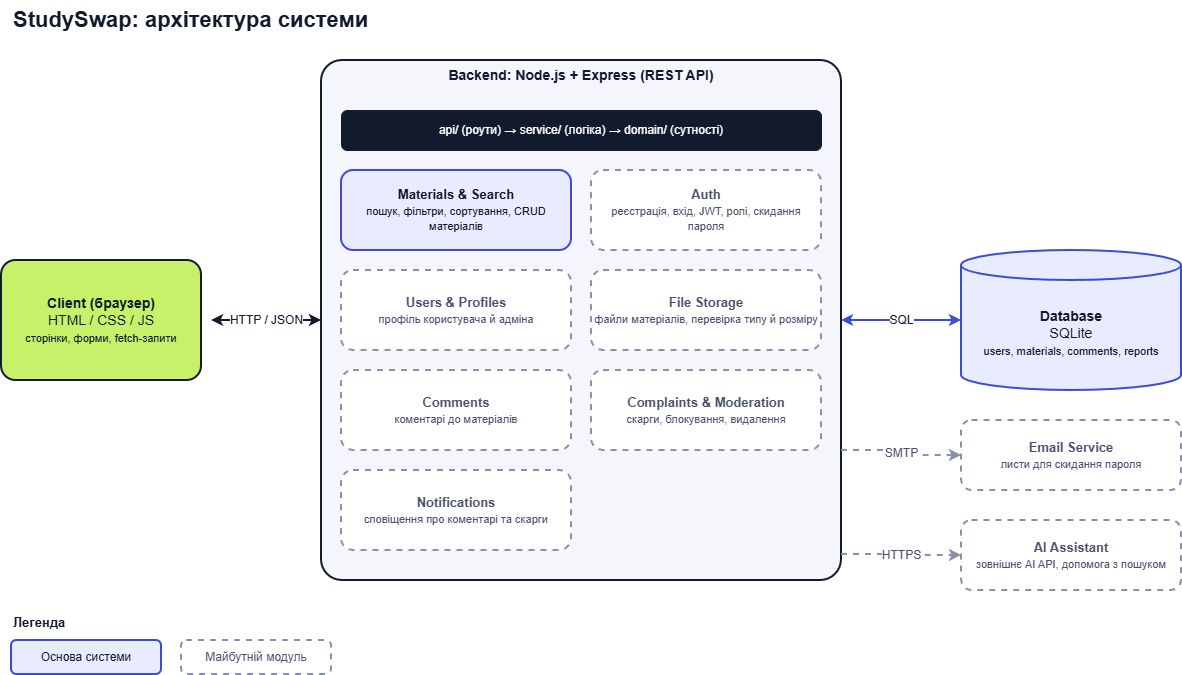
This is docs/architecture_diagram.png from JuliaVushyvana/StudySwap, a draw.io export, as it was before one commit. Source tidied: cells renumbered, new cells last; positions are measured from the earlier drawing's top-left corner, leaving out a move shared by most shapes.
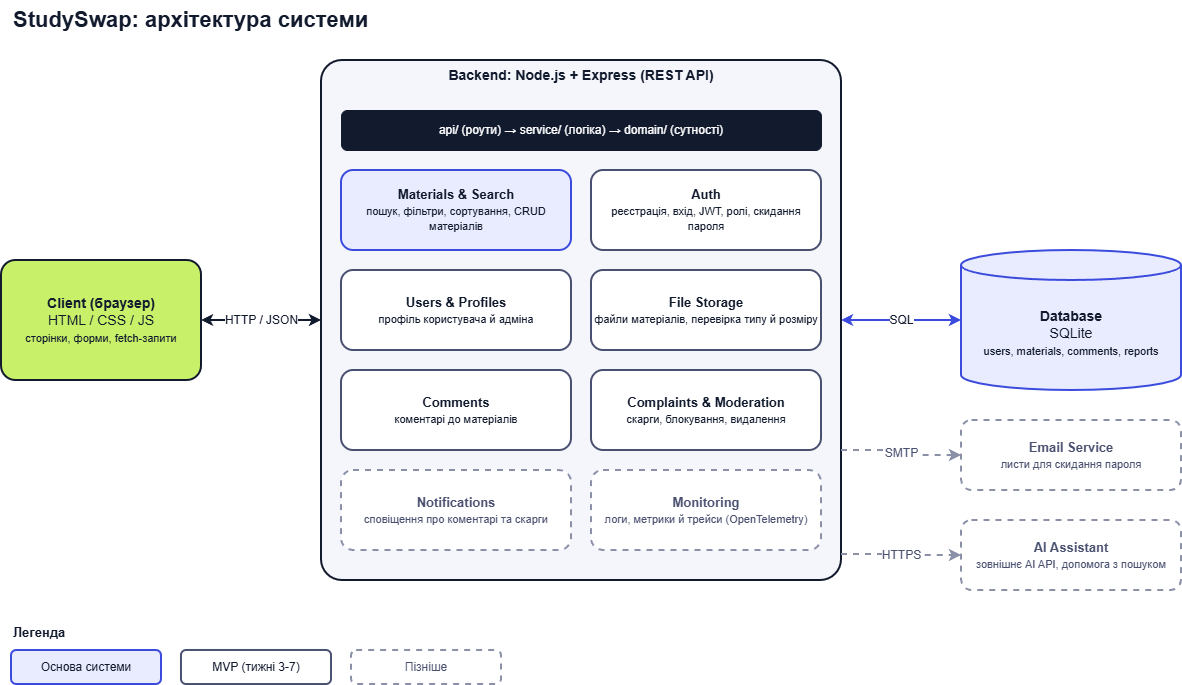
The same file after the commit.

Commit message:
Update architecture: add Users and Profiles, Monitoring, legend

Diff of the diagram source:
```diff
@@ -17,24 +17,27 @@
     <mxCell id="6" value="&lt;b&gt;Materials &amp;amp; Search&lt;/b&gt;&lt;br&gt;&lt;font style=&quot;font-size: 11px&quot;&gt;пошук, фільтри, сортування, CRUD матеріалів&lt;/font&gt;" style="rounded=1;whiteSpace=wrap;html=1;fillColor=#e9ecff;strokeColor=#3b4bdc;strokeWidth=2;fontSize=13;fontColor=#121a2e;" parent="4" vertex="1">
       <mxGeometry x="20" y="110" width="230" height="80" as="geometry" />
     </mxCell>
-    <mxCell id="7" value="&lt;b&gt;Auth&lt;/b&gt;&lt;br&gt;&lt;font style=&quot;font-size: 11px&quot;&gt;реєстрація, вхід, JWT, ролі, скидання пароля&lt;/font&gt;" style="rounded=1;whiteSpace=wrap;html=1;fillColor=#ffffff;strokeColor=#8a90a8;strokeWidth=2;dashed=1;fontSize=13;fontColor=#4a5170;" parent="4" vertex="1">
+    <mxCell id="7" value="&lt;b&gt;Auth&lt;/b&gt;&lt;br&gt;&lt;font style=&quot;font-size: 11px&quot;&gt;реєстрація, вхід, JWT, ролі, скидання пароля&lt;/font&gt;" style="rounded=1;whiteSpace=wrap;html=1;fillColor=#ffffff;strokeColor=#4a5170;strokeWidth=2;fontSize=13;fontColor=#121a2e;" parent="4" vertex="1">
       <mxGeometry x="270" y="110" width="230" height="80" as="geometry" />
     </mxCell>
-    <mxCell id="8" value="&lt;b&gt;Users &amp;amp; Profiles&lt;/b&gt;&lt;br&gt;&lt;font style=&quot;font-size: 11px&quot;&gt;профіль користувача й адміна&lt;/font&gt;" style="rounded=1;whiteSpace=wrap;html=1;fillColor=#ffffff;strokeColor=#8a90a8;strokeWidth=2;dashed=1;fontSize=13;fontColor=#4a5170;" parent="4" vertex="1">
+    <mxCell id="8" value="&lt;b&gt;Users &amp;amp; Profiles&lt;/b&gt;&lt;br&gt;&lt;font style=&quot;font-size: 11px&quot;&gt;профіль користувача й адміна&lt;/font&gt;" style="rounded=1;whiteSpace=wrap;html=1;fillColor=#ffffff;strokeColor=#4a5170;strokeWidth=2;fontSize=13;fontColor=#121a2e;" parent="4" vertex="1">
       <mxGeometry x="20" y="210" width="230" height="80" as="geometry" />
     </mxCell>
-    <mxCell id="9" value="&lt;b&gt;File Storage&lt;/b&gt;&lt;br&gt;&lt;font style=&quot;font-size: 11px&quot;&gt;файли матеріалів, перевірка типу й розміру&lt;/font&gt;" style="rounded=1;whiteSpace=wrap;html=1;fillColor=#ffffff;strokeColor=#8a90a8;strokeWidth=2;dashed=1;fontSize=13;fontColor=#4a5170;" parent="4" vertex="1">
+    <mxCell id="9" value="&lt;b&gt;File Storage&lt;/b&gt;&lt;br&gt;&lt;font style=&quot;font-size: 11px&quot;&gt;файли матеріалів, перевірка типу й розміру&lt;/font&gt;" style="rounded=1;whiteSpace=wrap;html=1;fillColor=#ffffff;strokeColor=#4a5170;strokeWidth=2;fontSize=13;fontColor=#121a2e;" parent="4" vertex="1">
       <mxGeometry x="270" y="210" width="230" height="80" as="geometry" />
     </mxCell>
-    <mxCell id="10" value="&lt;b&gt;Comments&lt;/b&gt;&lt;br&gt;&lt;font style=&quot;font-size: 11px&quot;&gt;коментарі до матеріалів&lt;/font&gt;" style="rounded=1;whiteSpace=wrap;html=1;fillColor=#ffffff;strokeColor=#8a90a8;strokeWidth=2;dashed=1;fontSize=13;fontColor=#4a5170;" parent="4" vertex="1">
+    <mxCell id="10" value="&lt;b&gt;Comments&lt;/b&gt;&lt;br&gt;&lt;font style=&quot;font-size: 11px&quot;&gt;коментарі до матеріалів&lt;/font&gt;" style="rounded=1;whiteSpace=wrap;html=1;fillColor=#ffffff;strokeColor=#4a5170;strokeWidth=2;fontSize=13;fontColor=#121a2e;" parent="4" vertex="1">
       <mxGeometry x="20" y="310" width="230" height="80" as="geometry" />
     </mxCell>
-    <mxCell id="11" value="&lt;b&gt;Complaints &amp;amp; Moderation&lt;/b&gt;&lt;br&gt;&lt;font style=&quot;font-size: 11px&quot;&gt;скарги, блокування, видалення&lt;/font&gt;" style="rounded=1;whiteSpace=wrap;html=1;fillColor=#ffffff;strokeColor=#8a90a8;strokeWidth=2;dashed=1;fontSize=13;fontColor=#4a5170;" parent="4" vertex="1">
+    <mxCell id="11" value="&lt;b&gt;Complaints &amp;amp; Moderation&lt;/b&gt;&lt;br&gt;&lt;font style=&quot;font-size: 11px&quot;&gt;скарги, блокування, видалення&lt;/font&gt;" style="rounded=1;whiteSpace=wrap;html=1;fillColor=#ffffff;strokeColor=#4a5170;strokeWidth=2;fontSize=13;fontColor=#121a2e;" parent="4" vertex="1">
       <mxGeometry x="270" y="310" width="230" height="80" as="geometry" />
     </mxCell>
     <mxCell id="12" value="&lt;b&gt;Notifications&lt;/b&gt;&lt;br&gt;&lt;font style=&quot;font-size: 11px&quot;&gt;сповіщення про коментарі та скарги&lt;/font&gt;" style="rounded=1;whiteSpace=wrap;html=1;fillColor=#ffffff;strokeColor=#8a90a8;strokeWidth=2;dashed=1;fontSize=13;fontColor=#4a5170;" parent="4" vertex="1">
       <mxGeometry x="20" y="410" width="230" height="80" as="geometry" />
     </mxCell>
+    <mxCell id="23" value="&lt;b&gt;Monitoring&lt;/b&gt;&lt;br&gt;&lt;font style=&quot;font-size: 11px&quot;&gt;логи, метрики й трейси (OpenTelemetry)&lt;/font&gt;" style="rounded=1;whiteSpace=wrap;html=1;fillColor=#ffffff;strokeColor=#8a90a8;strokeWidth=2;dashed=1;fontSize=13;fontColor=#4a5170;" parent="4" vertex="1">
+      <mxGeometry x="270" y="410" width="230" height="80" as="geometry" />
+    </mxCell>
     <mxCell id="13" value="&lt;b&gt;Database&lt;/b&gt;&lt;br&gt;SQLite&lt;br&gt;&lt;font style=&quot;font-size: 11px&quot;&gt;users, materials, comments, reports&lt;/font&gt;" style="shape=cylinder3;whiteSpace=wrap;html=1;boundedLbl=1;backgroundOutline=1;size=15;fillColor=#e9ecff;strokeColor=#3b4bdc;strokeWidth=2;fontSize=14;fontColor=#121a2e;" parent="1" vertex="1">
       <mxGeometry x="960" y="250" width="220" height="140" as="geometry" />
     </mxCell>
@@ -44,10 +47,8 @@
     <mxCell id="15" value="&lt;b&gt;AI Assistant&lt;/b&gt;&lt;br&gt;&lt;font style=&quot;font-size: 11px&quot;&gt;зовнішнє AI API, допомога з пошуком&lt;/font&gt;" style="rounded=1;whiteSpace=wrap;html=1;fillColor=#ffffff;strokeColor=#8a90a8;strokeWidth=2;dashed=1;fontSize=13;fontColor=#4a5170;" parent="1" vertex="1">
       <mxGeometry x="960" y="520" width="220" height="70" as="geometry" />
     </mxCell>
-    <mxCell id="16" value="HTTP / JSON" style="endArrow=classic;startArrow=classic;html=1;strokeWidth=2;strokeColor=#121a2e;fontSize=12;fontColor=#121a2e;exitX=1;exitY=0.5;exitDx=0;exitDy=0;entryX=0;entryY=0.5;entryDx=0;entryDy=0;" parent="1" edge="1" target="4">
-      <mxGeometry relative="1" as="geometry">
-        <mxPoint x="210" y="320" as="sourcePoint" />
-      </mxGeometry>
+    <mxCell id="16" value="HTTP / JSON" style="endArrow=classic;startArrow=classic;html=1;strokeWidth=2;strokeColor=#121a2e;fontSize=12;fontColor=#121a2e;exitX=1;exitY=0.5;exitDx=0;exitDy=0;entryX=0;entryY=0.5;entryDx=0;entryDy=0;" parent="1" edge="1" source="3" target="4">
+      <mxGeometry relative="1" as="geometry" />
     </mxCell>
     <mxCell id="17" value="SQL" style="endArrow=classic;startArrow=classic;html=1;strokeWidth=2;strokeColor=#3b4bdc;fontSize=12;fontColor=#121a2e;exitX=1;exitY=0.5;exitDx=0;exitDy=0;entryX=0;entryY=0.5;entryDx=0;entryDy=0;entryPerimeter=0;" parent="1" edge="1" source="4" target="13">
       <mxGeometry relative="1" as="geometry" />
@@ -59,13 +60,16 @@
       <mxGeometry relative="1" as="geometry" />
     </mxCell>
     <mxCell id="20" value="&lt;b&gt;Легенда&lt;/b&gt;" style="text;html=1;align=left;verticalAlign=middle;fontSize=13;fontColor=#121a2e;" parent="1" vertex="1">
-      <mxGeometry x="10" y="610" width="120" height="24" as="geometry" />
+      <mxGeometry x="10" y="620" width="120" height="24" as="geometry" />
     </mxCell>
     <mxCell id="21" value="Основа системи" style="rounded=1;whiteSpace=wrap;html=1;fillColor=#e9ecff;strokeColor=#3b4bdc;strokeWidth=2;fontSize=12;fontColor=#121a2e;" parent="1" vertex="1">
-      <mxGeometry x="10" y="640" width="150" height="34" as="geometry" />
+      <mxGeometry x="10" y="650" width="150" height="34" as="geometry" />
     </mxCell>
-    <mxCell id="22" value="Майбутній модуль" style="rounded=1;whiteSpace=wrap;html=1;fillColor=#ffffff;strokeColor=#8a90a8;strokeWidth=2;dashed=1;fontSize=12;fontColor=#4a5170;" parent="1" vertex="1">
-      <mxGeometry x="180" y="640" width="150" height="34" as="geometry" />
-    </mxCell>
+    <mxCell id="24" value="MVP (тижні 3-7)" style="rounded=1;whiteSpace=wrap;html=1;fillColor=#ffffff;strokeColor=#4a5170;strokeWidth=2;fontSize=12;fontColor=#121a2e;" parent="1" vertex="1">
+      <mxGeometry x="180" y="650" width="150" height="34" as="geometry" />
+    </mxCell>
+    <mxCell id="25" value="Пізніше" style="rounded=1;whiteSpace=wrap;html=1;fillColor=#ffffff;strokeColor=#8a90a8;strokeWidth=2;dashed=1;fontSize=12;fontColor=#4a5170;" parent="1" vertex="1">
+      <mxGeometry x="350" y="650" width="150" height="34" as="geometry" />
+    </mxCell>
   </root>
 </mxGraphModel>
```
